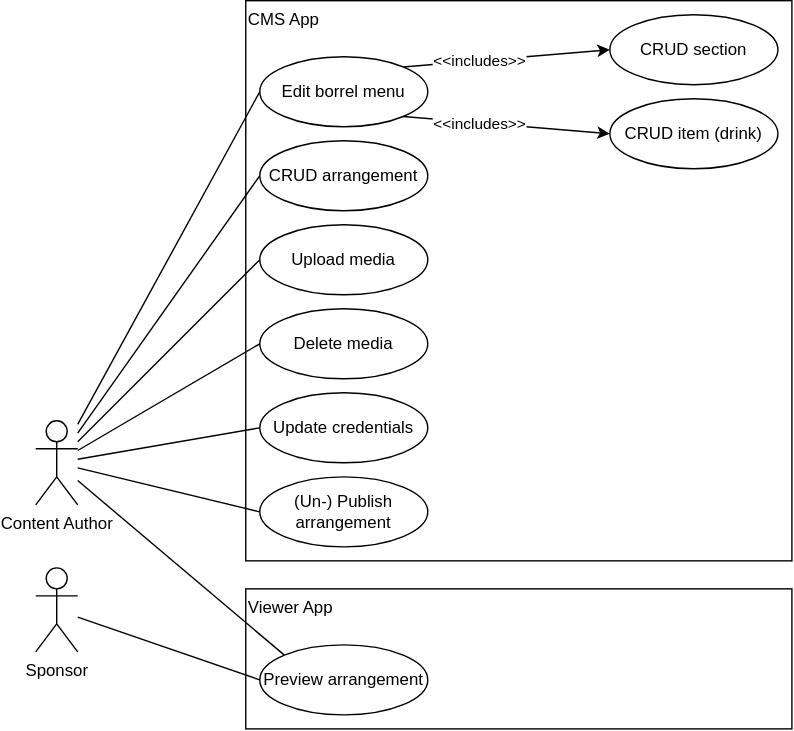
Earlier version of the draw.io export docs/use-case_cms.drawio.svg (StudieverenigingSTORM/StoKa-TV). Source tidied: cells renumbered, new cells last; positions are measured from the earlier drawing's top-left corner, leaving out a move shared by most shapes. Source of this version:
```xml
<mxGraphModel background="#ffffff">
  <root>
    <mxCell id="0" />
    <mxCell id="1" parent="0" />
    <mxCell id="2" value="CMS App" style="rounded=0;whiteSpace=wrap;html=1;fontFamily=Helvetica;fontSize=12;align=left;verticalAlign=top;fillColor=none;fontColor=#000000;strokeColor=#000000;" parent="1" vertex="1">
      <mxGeometry x="150" width="390" height="400" as="geometry" />
    </mxCell>
    <mxCell id="3" value="Sponsor" style="shape=umlActor;verticalLabelPosition=bottom;verticalAlign=top;html=1;outlineConnect=0;fillColor=none;fontColor=#000000;rounded=0;strokeColor=#000000;" parent="1" vertex="1">
      <mxGeometry y="405" width="30" height="60" as="geometry" />
    </mxCell>
    <mxCell id="4" style="endArrow=none;html=1;rounded=0;fontColor=#000000;fontSize=12;verticalAlign=middle;strokeColor=#000000;exitX=0;exitY=0.5;exitDx=0;exitDy=0;" parent="1" edge="1" source="6" target="3">
      <mxGeometry relative="1" as="geometry" />
    </mxCell>
    <mxCell id="5" value="Viewer App" style="rounded=0;whiteSpace=wrap;html=1;fontFamily=Helvetica;fontSize=12;align=left;verticalAlign=top;fillColor=none;fontColor=#000000;strokeColor=#000000;" parent="1" vertex="1">
      <mxGeometry x="150" y="420" width="390" height="100" as="geometry" />
    </mxCell>
    <mxCell id="6" value="&lt;font color=&quot;#000000&quot;&gt;Preview arrangement&lt;/font&gt;" style="ellipse;whiteSpace=wrap;html=1;align=center;verticalAlign=middle;rounded=0;strokeColor=#000000;fillColor=none;" parent="1" vertex="1">
      <mxGeometry x="160" y="460" width="120" height="50" as="geometry" />
    </mxCell>
    <mxCell id="7" value="Content Author" style="shape=umlActor;verticalLabelPosition=bottom;verticalAlign=top;html=1;outlineConnect=0;fillColor=none;fontColor=#000000;rounded=0;strokeColor=#000000;" parent="1" vertex="1">
      <mxGeometry y="300" width="30" height="60" as="geometry" />
    </mxCell>
    <mxCell id="8" style="edgeStyle=none;html=1;exitX=1;exitY=0;exitDx=0;exitDy=0;entryX=0;entryY=0.5;entryDx=0;entryDy=0;fontColor=#f0f0f0;strokeColor=#000000;rounded=0;" parent="1" edge="1" source="10" target="12">
      <mxGeometry relative="1" as="geometry" />
    </mxCell>
    <mxCell id="9" value="&amp;lt;&amp;lt;includes&amp;gt;&amp;gt;" style="edgeLabel;html=1;align=center;verticalAlign=middle;fontColor=#000000;labelBackgroundColor=#FFFFFF;" parent="8" vertex="1">
      <mxGeometry x="-0.26" relative="1" as="geometry" />
    </mxCell>
    <mxCell id="10" value="&lt;font color=&quot;#000000&quot;&gt;Edit borrel menu&lt;/font&gt;" style="ellipse;whiteSpace=wrap;html=1;align=center;verticalAlign=middle;rounded=0;strokeColor=#000000;fillColor=none;" parent="1" vertex="1">
      <mxGeometry x="160" y="40" width="120" height="50" as="geometry" />
    </mxCell>
    <mxCell id="11" value="&lt;font color=&quot;#000000&quot;&gt;Upload media&lt;/font&gt;" style="ellipse;whiteSpace=wrap;html=1;align=center;verticalAlign=middle;rounded=0;strokeColor=#000000;fillColor=none;" parent="1" vertex="1">
      <mxGeometry x="160" y="160" width="120" height="50" as="geometry" />
    </mxCell>
    <mxCell id="12" value="&lt;font color=&quot;#000000&quot;&gt;CRUD section&lt;/font&gt;" style="ellipse;whiteSpace=wrap;html=1;align=center;verticalAlign=middle;rounded=0;strokeColor=#000000;fillColor=none;" parent="1" vertex="1">
      <mxGeometry x="410" y="10" width="120" height="50" as="geometry" />
    </mxCell>
    <mxCell id="13" value="&lt;font color=&quot;#000000&quot;&gt;CRUD item (drink)&lt;/font&gt;" style="ellipse;whiteSpace=wrap;html=1;align=center;verticalAlign=middle;rounded=0;strokeColor=#000000;fillColor=none;" parent="1" vertex="1">
      <mxGeometry x="410" y="70" width="120" height="50" as="geometry" />
    </mxCell>
    <mxCell id="14" style="edgeStyle=none;html=1;exitX=1;exitY=1;exitDx=0;exitDy=0;entryX=0;entryY=0.5;entryDx=0;entryDy=0;fontColor=#f0f0f0;strokeColor=#000000;rounded=0;" parent="1" edge="1" source="10" target="13">
      <mxGeometry relative="1" as="geometry" />
    </mxCell>
    <mxCell id="15" value="&amp;lt;&amp;lt;includes&amp;gt;&amp;gt;" style="edgeLabel;html=1;align=center;verticalAlign=middle;fontColor=#000000;labelBackgroundColor=#FFFFFF;" parent="14" vertex="1">
      <mxGeometry x="-0.26" relative="1" as="geometry" />
    </mxCell>
    <mxCell id="16" style="endArrow=none;html=1;rounded=0;fontColor=#000000;fontSize=12;verticalAlign=middle;strokeColor=#000000;exitX=0;exitY=0.5;exitDx=0;exitDy=0;" parent="1" edge="1" source="11" target="7">
      <mxGeometry relative="1" as="geometry" />
    </mxCell>
    <mxCell id="17" style="endArrow=none;html=1;rounded=0;fontColor=#000000;fontSize=12;verticalAlign=middle;strokeColor=#000000;entryX=0;entryY=0.5;entryDx=0;entryDy=0;" parent="1" edge="1" source="7" target="10">
      <mxGeometry relative="1" as="geometry" />
    </mxCell>
    <mxCell id="18" style="endArrow=none;html=1;rounded=0;fontColor=#000000;fontSize=12;verticalAlign=middle;strokeColor=#000000;exitX=0;exitY=0;exitDx=0;exitDy=0;" parent="1" edge="1" source="6" target="7">
      <mxGeometry relative="1" as="geometry" />
    </mxCell>
    <mxCell id="19" value="&lt;font color=&quot;#000000&quot;&gt;CRUD arrangement&lt;/font&gt;" style="ellipse;whiteSpace=wrap;html=1;align=center;verticalAlign=middle;rounded=0;strokeColor=#000000;fillColor=none;" parent="1" vertex="1">
      <mxGeometry x="160" y="100" width="120" height="50" as="geometry" />
    </mxCell>
    <mxCell id="20" style="endArrow=none;html=1;rounded=0;fontColor=#000000;fontSize=12;verticalAlign=middle;strokeColor=#000000;exitX=0;exitY=0.5;exitDx=0;exitDy=0;" parent="1" edge="1" source="19" target="7">
      <mxGeometry relative="1" as="geometry" />
    </mxCell>
    <mxCell id="21" value="&lt;font color=&quot;#000000&quot;&gt;Delete media&lt;/font&gt;" style="ellipse;whiteSpace=wrap;html=1;align=center;verticalAlign=middle;rounded=0;strokeColor=#000000;fillColor=none;" parent="1" vertex="1">
      <mxGeometry x="160" y="220" width="120" height="50" as="geometry" />
    </mxCell>
    <mxCell id="22" style="endArrow=none;html=1;rounded=0;fontColor=#000000;fontSize=12;verticalAlign=middle;strokeColor=#000000;exitX=0;exitY=0.5;exitDx=0;exitDy=0;" parent="1" edge="1" source="21" target="7">
      <mxGeometry relative="1" as="geometry" />
    </mxCell>
    <mxCell id="23" value="&lt;font color=&quot;#000000&quot;&gt;(Un-) Publish arrangement&lt;/font&gt;" style="ellipse;whiteSpace=wrap;html=1;align=center;verticalAlign=middle;rounded=0;strokeColor=#000000;fillColor=none;" parent="1" vertex="1">
      <mxGeometry x="160" y="340" width="120" height="50" as="geometry" />
    </mxCell>
    <mxCell id="24" style="endArrow=none;html=1;rounded=0;fontColor=#000000;fontSize=12;verticalAlign=middle;strokeColor=#000000;exitX=0;exitY=0.5;exitDx=0;exitDy=0;" parent="1" edge="1" source="23" target="7">
      <mxGeometry relative="1" as="geometry" />
    </mxCell>
    <mxCell id="25" value="&lt;font color=&quot;#000000&quot;&gt;Update credentials&lt;/font&gt;" style="ellipse;whiteSpace=wrap;html=1;align=center;verticalAlign=middle;rounded=0;strokeColor=#000000;fillColor=none;" parent="1" vertex="1">
      <mxGeometry x="160" y="280" width="120" height="50" as="geometry" />
    </mxCell>
    <mxCell id="26" style="endArrow=none;html=1;rounded=0;fontColor=#000000;fontSize=12;verticalAlign=middle;strokeColor=#000000;exitX=0;exitY=0.5;exitDx=0;exitDy=0;" parent="1" edge="1" source="25" target="7">
      <mxGeometry relative="1" as="geometry" />
    </mxCell>
  </root>
</mxGraphModel>
```
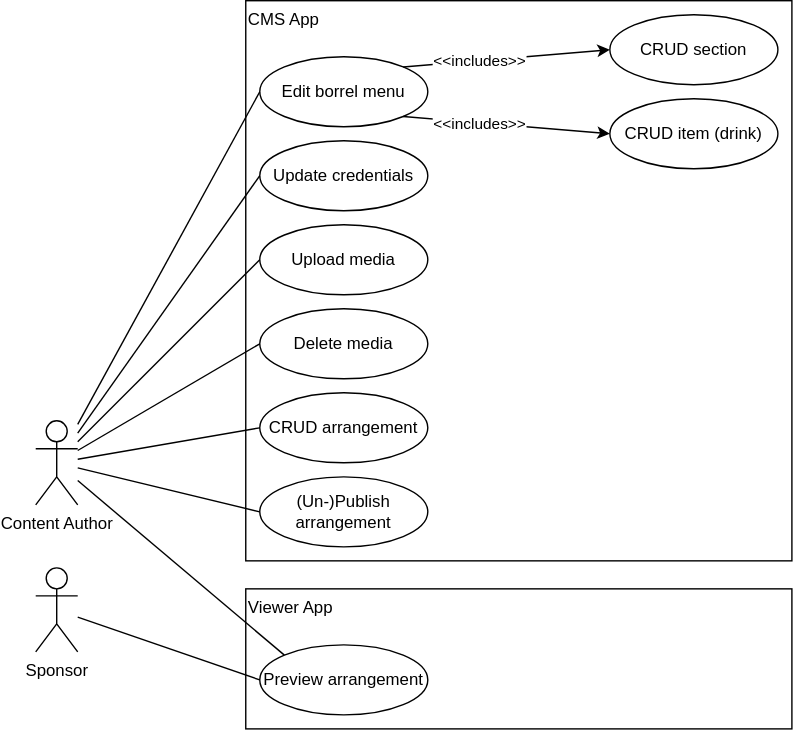
The same diagram one commit later.

What changed in the source:
```diff
@@ -54,7 +54,7 @@
       <mxGeometry relative="1" as="geometry" />
     </mxCell>
     <mxCell id="19" value="&lt;font color=&quot;#000000&quot;&gt;CRUD arrangement&lt;/font&gt;" style="ellipse;whiteSpace=wrap;html=1;align=center;verticalAlign=middle;rounded=0;strokeColor=#000000;fillColor=none;" parent="1" vertex="1">
-      <mxGeometry x="160" y="100" width="120" height="50" as="geometry" />
+      <mxGeometry x="160" y="280" width="120" height="50" as="geometry" />
     </mxCell>
     <mxCell id="20" style="endArrow=none;html=1;rounded=0;fontColor=#000000;fontSize=12;verticalAlign=middle;strokeColor=#000000;exitX=0;exitY=0.5;exitDx=0;exitDy=0;" parent="1" edge="1" source="19" target="7">
       <mxGeometry relative="1" as="geometry" />
@@ -65,14 +65,14 @@
     <mxCell id="22" style="endArrow=none;html=1;rounded=0;fontColor=#000000;fontSize=12;verticalAlign=middle;strokeColor=#000000;exitX=0;exitY=0.5;exitDx=0;exitDy=0;" parent="1" edge="1" source="21" target="7">
       <mxGeometry relative="1" as="geometry" />
     </mxCell>
-    <mxCell id="23" value="&lt;font color=&quot;#000000&quot;&gt;(Un-) Publish arrangement&lt;/font&gt;" style="ellipse;whiteSpace=wrap;html=1;align=center;verticalAlign=middle;rounded=0;strokeColor=#000000;fillColor=none;" parent="1" vertex="1">
+    <mxCell id="23" value="&lt;font color=&quot;#000000&quot;&gt;(Un-)Publish arrangement&lt;/font&gt;" style="ellipse;whiteSpace=wrap;html=1;align=center;verticalAlign=middle;rounded=0;strokeColor=#000000;fillColor=none;" parent="1" vertex="1">
       <mxGeometry x="160" y="340" width="120" height="50" as="geometry" />
     </mxCell>
     <mxCell id="24" style="endArrow=none;html=1;rounded=0;fontColor=#000000;fontSize=12;verticalAlign=middle;strokeColor=#000000;exitX=0;exitY=0.5;exitDx=0;exitDy=0;" parent="1" edge="1" source="23" target="7">
       <mxGeometry relative="1" as="geometry" />
     </mxCell>
     <mxCell id="25" value="&lt;font color=&quot;#000000&quot;&gt;Update credentials&lt;/font&gt;" style="ellipse;whiteSpace=wrap;html=1;align=center;verticalAlign=middle;rounded=0;strokeColor=#000000;fillColor=none;" parent="1" vertex="1">
-      <mxGeometry x="160" y="280" width="120" height="50" as="geometry" />
+      <mxGeometry x="160" y="100" width="120" height="50" as="geometry" />
     </mxCell>
     <mxCell id="26" style="endArrow=none;html=1;rounded=0;fontColor=#000000;fontSize=12;verticalAlign=middle;strokeColor=#000000;exitX=0;exitY=0.5;exitDx=0;exitDy=0;" parent="1" edge="1" source="25" target="7">
       <mxGeometry relative="1" as="geometry" />
```
